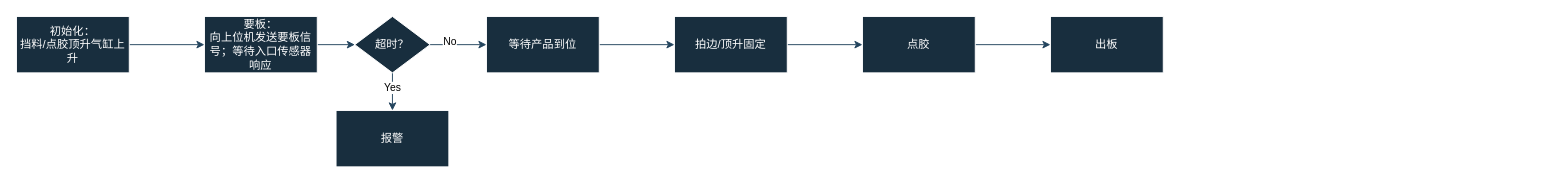
This is 1.drawio from mtpatient/flow_chart, a draw.io file, before an edit. Source tidied: cells renumbered, new cells numbered last; positions are measured from the earlier drawing's top-left corner, leaving out a move shared by most shapes. Both pictures are drawn from the tidied source at 94%, with x=0, y=0 at pixel (16, 16).
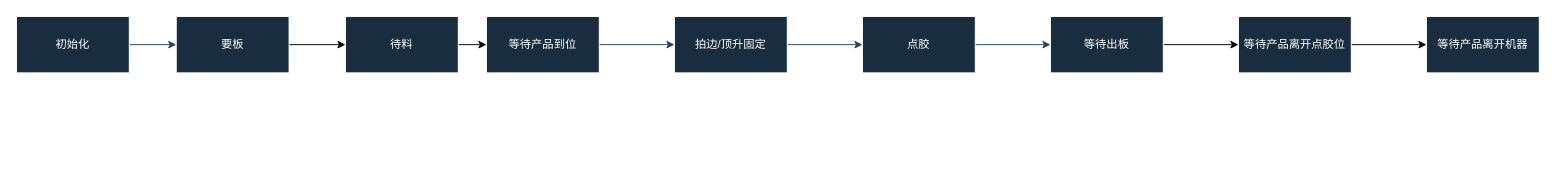
The same diagram, later.

Change to the diagram source:
```diff
@@
 <mxGraphModel>
   <root>
     <mxCell id="0" />
     <mxCell id="1" parent="0" />
     <mxCell id="2" style="edgeStyle=orthogonalEdgeStyle;rounded=0;jettySize=auto;html=1;strokeColor=#23445D;" parent="1" edge="1" source="3" target="5">
       <mxGeometry relative="1" as="geometry" />
     </mxCell>
-    <mxCell id="3" value="初始化：&lt;div&gt;挡料/点胶顶升气缸上升&lt;/div&gt;" style="whiteSpace=wrap;html=1;labelBackgroundColor=none;fillColor=#182E3E;strokeColor=#FFFFFF;fontColor=#FFFFFF;" parent="1" vertex="1">
+    <mxCell id="3" value="初始化" style="whiteSpace=wrap;html=1;labelBackgroundColor=none;fillColor=#182E3E;strokeColor=#FFFFFF;fontColor=#FFFFFF;" parent="1" vertex="1">
       <mxGeometry width="120" height="60" as="geometry" />
     </mxCell>
-    <mxCell id="4" style="edgeStyle=orthogonalEdgeStyle;rounded=0;jettySize=auto;html=1;strokeColor=#23445D;" parent="1" edge="1" source="5" target="10">
-      <mxGeometry relative="1" as="geometry" />
-    </mxCell>
+    <mxCell id="19" style="edgeStyle=orthogonalEdgeStyle;rounded=0;jettySize=auto;html=1;" parent="1" edge="1" source="5" target="22">
+      <mxGeometry relative="1" as="geometry" />
+    </mxCell>
-    <mxCell id="5" value="要板：&lt;div&gt;向上位机发送要板信号；等待入口传感器响应&lt;/div&gt;" style="whiteSpace=wrap;html=1;fillColor=#182E3E;strokeColor=#FFFFFF;fontColor=#FFFFFF;labelBackgroundColor=none;" parent="1" vertex="1">
-      <mxGeometry x="200" width="120" height="60" as="geometry" />
+    <mxCell id="5" value="要板" style="whiteSpace=wrap;html=1;fillColor=#182E3E;strokeColor=#FFFFFF;fontColor=#FFFFFF;labelBackgroundColor=none;" parent="1" vertex="1">
+      <mxGeometry x="170" width="120" height="60" as="geometry" />
     </mxCell>
-    <mxCell id="6" style="edgeStyle=orthogonalEdgeStyle;rounded=0;jettySize=auto;html=1;exitX=1;exitY=0.5;exitDx=0;exitDy=0;entryX=0;entryY=0.5;entryDx=0;entryDy=0;strokeColor=#23445D;" parent="1" edge="1" source="10" target="12">
-      <mxGeometry relative="1" as="geometry" />
-    </mxCell>
-    <mxCell id="7" value="&lt;font color=&quot;#000000&quot;&gt;No&lt;/font&gt;" style="edgeLabel;html=1;align=center;verticalAlign=middle;strokeColor=#FFFFFF;fontColor=#FFFFFF;fillColor=#182E3E;" parent="6" vertex="1">
-      <mxGeometry x="-0.33" y="4" relative="1" as="geometry" />
-    </mxCell>
-    <mxCell id="8" style="edgeStyle=orthogonalEdgeStyle;rounded=0;jettySize=auto;html=1;strokeColor=#23445D;" parent="1" edge="1" source="10" target="13">
-      <mxGeometry relative="1" as="geometry" />
-    </mxCell>
-    <mxCell id="9" value="Yes" style="edgeLabel;html=1;align=center;verticalAlign=middle;strokeColor=#FFFFFF;fontColor=default;fillColor=#182E3E;" parent="8" vertex="1">
-      <mxGeometry x="-0.25" y="-1" relative="1" as="geometry" />
-    </mxCell>
-    <mxCell id="10" value="超时？" style="rhombus;whiteSpace=wrap;html=1;fillColor=#182E3E;strokeColor=#FFFFFF;fontColor=#FFFFFF;labelBackgroundColor=none;" parent="1" vertex="1">
-      <mxGeometry x="360" width="80" height="60" as="geometry" />
-    </mxCell>
     <mxCell id="11" style="edgeStyle=orthogonalEdgeStyle;rounded=0;jettySize=auto;html=1;strokeColor=#23445D;" parent="1" edge="1" source="12" target="15">
       <mxGeometry relative="1" as="geometry" />
     </mxCell>
     <mxCell id="12" value="等待产品到位" style="whiteSpace=wrap;html=1;fillColor=#182E3E;strokeColor=#FFFFFF;fontColor=#FFFFFF;labelBackgroundColor=none;" parent="1" vertex="1">
       <mxGeometry x="500" width="120" height="60" as="geometry" />
     </mxCell>
-    <mxCell id="13" value="报警" style="whiteSpace=wrap;html=1;fillColor=#182E3E;strokeColor=#FFFFFF;fontColor=#FFFFFF;labelBackgroundColor=none;" parent="1" vertex="1">
-      <mxGeometry x="340" y="100" width="120" height="60" as="geometry" />
-    </mxCell>
     <mxCell id="14" style="edgeStyle=orthogonalEdgeStyle;rounded=0;jettySize=auto;html=1;strokeColor=#23445D;" parent="1" edge="1" source="15" target="17">
       <mxGeometry relative="1" as="geometry" />
     </mxCell>
     <mxCell id="15" value="拍边/顶升固定" style="whiteSpace=wrap;html=1;fillColor=#182E3E;strokeColor=#FFFFFF;fontColor=#FFFFFF;labelBackgroundColor=none;" parent="1" vertex="1">
       <mxGeometry x="700" width="120" height="60" as="geometry" />
     </mxCell>
     <mxCell id="16" style="edgeStyle=orthogonalEdgeStyle;rounded=0;jettySize=auto;html=1;strokeColor=#23445D;" parent="1" edge="1" source="17" target="18">
       <mxGeometry relative="1" as="geometry" />
     </mxCell>
     <mxCell id="17" value="点胶" style="whiteSpace=wrap;html=1;fillColor=#182E3E;strokeColor=#FFFFFF;fontColor=#FFFFFF;labelBackgroundColor=none;" parent="1" vertex="1">
       <mxGeometry x="900" width="120" height="60" as="geometry" />
     </mxCell>
+    <mxCell id="20" style="edgeStyle=orthogonalEdgeStyle;rounded=0;jettySize=auto;html=1;" parent="1" edge="1" source="18" target="24">
+      <mxGeometry relative="1" as="geometry" />
+    </mxCell>
-    <mxCell id="18" value="出板" style="whiteSpace=wrap;html=1;fillColor=#182E3E;strokeColor=#FFFFFF;fontColor=#FFFFFF;labelBackgroundColor=none;" parent="1" vertex="1">
+    <mxCell id="18" value="等待出板" style="whiteSpace=wrap;html=1;fillColor=#182E3E;strokeColor=#FFFFFF;fontColor=#FFFFFF;labelBackgroundColor=none;" parent="1" vertex="1">
       <mxGeometry x="1100" width="120" height="60" as="geometry" />
     </mxCell>
+    <mxCell id="21" style="edgeStyle=orthogonalEdgeStyle;rounded=0;jettySize=auto;html=1;exitX=1;exitY=0.5;exitDx=0;exitDy=0;entryX=0;entryY=0.5;entryDx=0;entryDy=0;" parent="1" edge="1" source="22" target="12">
+      <mxGeometry relative="1" as="geometry" />
+    </mxCell>
+    <mxCell id="22" value="待料" style="whiteSpace=wrap;html=1;fillColor=#182E3E;strokeColor=#FFFFFF;fontColor=#FFFFFF;labelBackgroundColor=none;" parent="1" vertex="1">
+      <mxGeometry x="350" width="120" height="60" as="geometry" />
+    </mxCell>
+    <mxCell id="23" style="edgeStyle=orthogonalEdgeStyle;rounded=0;jettySize=auto;html=1;" parent="1" edge="1" source="24" target="25">
+      <mxGeometry relative="1" as="geometry" />
+    </mxCell>
+    <mxCell id="24" value="等待产品离开点胶位" style="whiteSpace=wrap;html=1;fillColor=#182E3E;strokeColor=#FFFFFF;fontColor=#FFFFFF;labelBackgroundColor=none;" parent="1" vertex="1">
+      <mxGeometry x="1300" width="120" height="60" as="geometry" />
+    </mxCell>
+    <mxCell id="25" value="等待产品离开机器" style="whiteSpace=wrap;html=1;fillColor=#182E3E;strokeColor=#FFFFFF;fontColor=#FFFFFF;labelBackgroundColor=none;" parent="1" vertex="1">
+      <mxGeometry x="1500" width="120" height="60" as="geometry" />
+    </mxCell>
   </root>
 </mxGraphModel>
```
